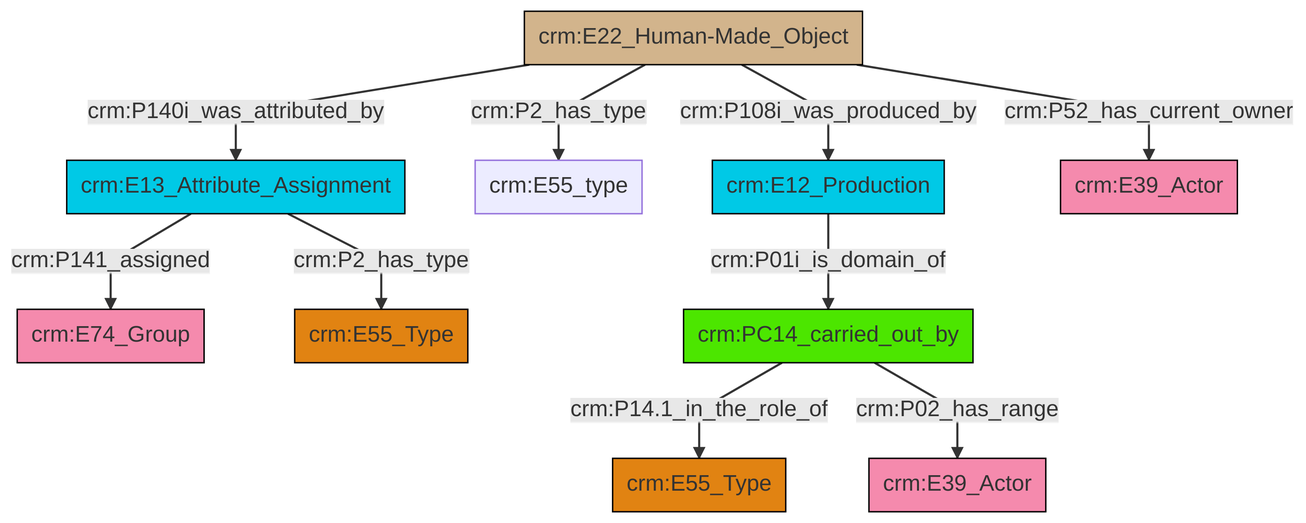
Before: et/builtWorkCSV/ttl/mmd/png/Built_Work_actor_relations.png, a diagram exported from Mermaid (swiss-art-research-net/docs.swissartresearch). Its source is kept beside it as et/builtWorkCSV/ttl/mmd/Built_Work_actor_relations.ttl.mmd.
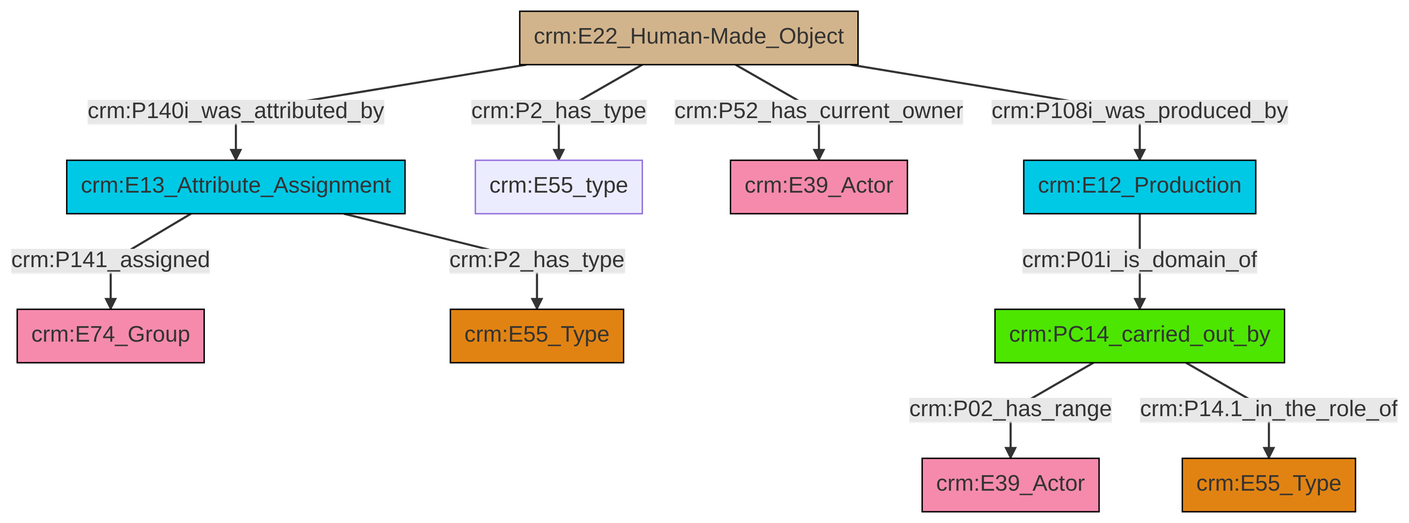
Later version of the same file.

What changed in the source:
```diff
@@ -13,12 +13,12 @@
 classDef PC_Classes fill:#4ce600, stroke:#000000;
 classDef Multi fill:#cccccc,stroke:#000000;
 
-0["crm:E22_Human-Made_Object"]:::Physical_Thing -->|crm:P108i_was_produced_by| 1["crm:E12_Production"]:::Temporal_Entity
-0["crm:E22_Human-Made_Object"]:::Physical_Thing -->|crm:P2_has_type| 2["crm:E55_type"]:::Default
-3["crm:E13_Attribute_Assignment"]:::Temporal_Entity -->|crm:P141_assigned| 4["crm:E74_Group"]:::Actor
-3["crm:E13_Attribute_Assignment"]:::Temporal_Entity -->|crm:P2_has_type| 5["crm:E55_Type"]:::Type
-10["crm:PC14_carried_out_by"]:::PC_Classes -->|crm:P14.1_in_the_role_of| 8["crm:E55_Type"]:::Type
-0["crm:E22_Human-Made_Object"]:::Physical_Thing -->|crm:P52_has_current_owner| 16["crm:E39_Actor"]:::Actor
-0["crm:E22_Human-Made_Object"]:::Physical_Thing -->|crm:P140i_was_attributed_by| 3["crm:E13_Attribute_Assignment"]:::Temporal_Entity
-1["crm:E12_Production"]:::Temporal_Entity -->|crm:P01i_is_domain_of| 10["crm:PC14_carried_out_by"]:::PC_Classes
-10["crm:PC14_carried_out_by"]:::PC_Classes -->|crm:P02_has_range| 12["crm:E39_Actor"]:::Actor
+0["crm:E22_Human-Made_Object"]:::Physical_Thing -->|crm:P140i_was_attributed_by| 1["crm:E13_Attribute_Assignment"]:::Temporal_Entity
+1["crm:E13_Attribute_Assignment"]:::Temporal_Entity -->|crm:P141_assigned| 2["crm:E74_Group"]:::Actor
+0["crm:E22_Human-Made_Object"]:::Physical_Thing -->|crm:P2_has_type| 4["crm:E55_type"]:::Default
+0["crm:E22_Human-Made_Object"]:::Physical_Thing -->|crm:P52_has_current_owner| 5["crm:E39_Actor"]:::Actor
+7["crm:PC14_carried_out_by"]:::PC_Classes -->|crm:P02_has_range| 8["crm:E39_Actor"]:::Actor
+7["crm:PC14_carried_out_by"]:::PC_Classes -->|crm:P14.1_in_the_role_of| 10["crm:E55_Type"]:::Type
+15["crm:E12_Production"]:::Temporal_Entity -->|crm:P01i_is_domain_of| 7["crm:PC14_carried_out_by"]:::PC_Classes
+0["crm:E22_Human-Made_Object"]:::Physical_Thing -->|crm:P108i_was_produced_by| 15["crm:E12_Production"]:::Temporal_Entity
+1["crm:E13_Attribute_Assignment"]:::Temporal_Entity -->|crm:P2_has_type| 12["crm:E55_Type"]:::Type
```
